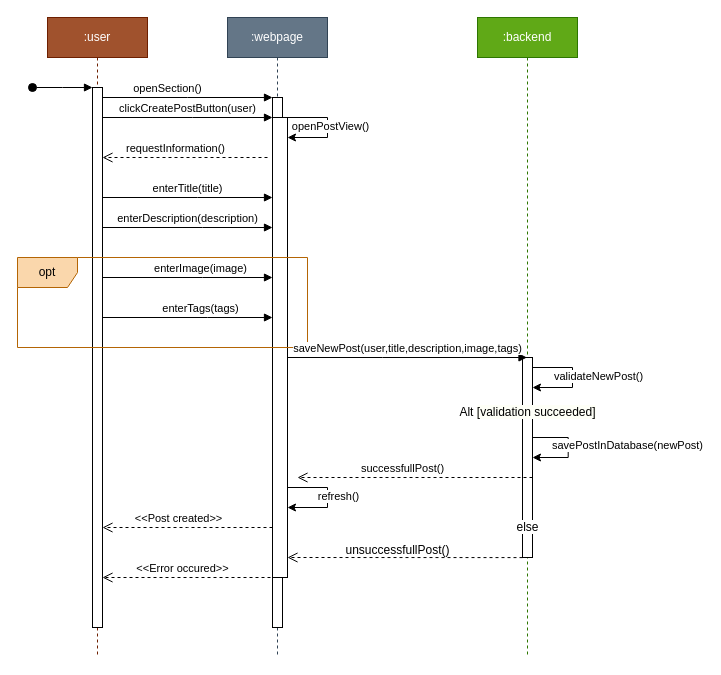
Above: docs/diagrams/sources/CreatePostSequenceDiagram.drawio in SE-TINF22B6/DHBWhub (draw.io), before the change. Source tidied: cells renumbered, new cells numbered last; positions are measured from the earlier drawing's top-left corner, leaving out a move shared by most shapes. Both pictures are drawn from the tidied source at 100%, with x=0, y=0 at pixel (17, 17).
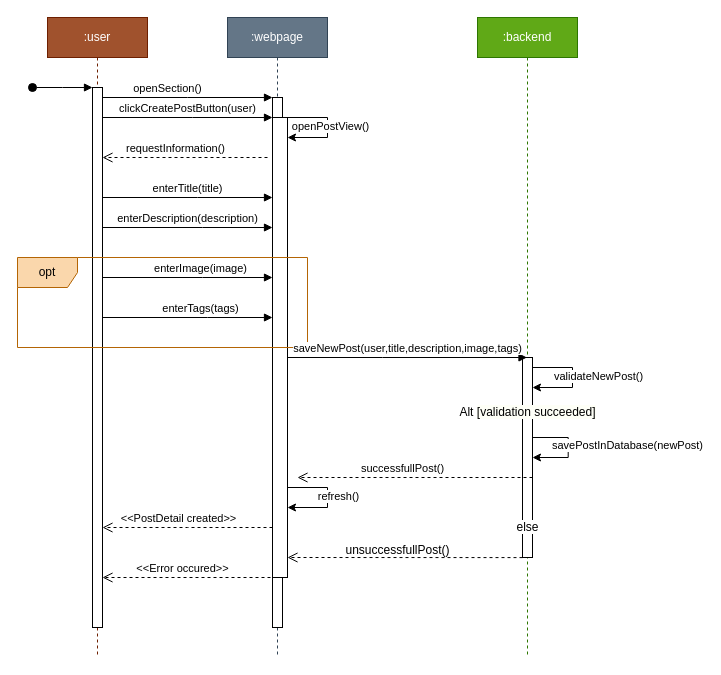
The same page after the edit.

Unchanged cells that the change refers to:
```xml
<mxCell id="3" style="html=1;points=[];perimeter=orthogonalPerimeter;outlineConnect=0;targetShapes=umlLifeline;portConstraint=eastwest;newEdgeStyle={&quot;edgeStyle&quot;:&quot;elbowEdgeStyle&quot;,&quot;elbow&quot;:&quot;vertical&quot;,&quot;curved&quot;:0,&quot;rounded&quot;:0};" parent="2" vertex="1">
  <mxGeometry x="45" y="70" width="10" height="540" as="geometry" />
</mxCell>
```

Change to the diagram source:
```diff
@@
-    <mxCell id="29" value="&amp;lt;&amp;lt;Post created&amp;gt;&amp;gt;" style="html=1;verticalAlign=bottom;endArrow=open;dashed=1;endSize=8;edgeStyle=elbowEdgeStyle;elbow=vertical;curved=0;rounded=0;" parent="1" edge="1" target="3">
+    <mxCell id="29" value="&amp;lt;&amp;lt;PostDetail created&amp;gt;&amp;gt;" style="html=1;verticalAlign=bottom;endArrow=open;dashed=1;endSize=8;edgeStyle=elbowEdgeStyle;elbow=vertical;curved=0;rounded=0;" parent="1" edge="1" target="3">
       <mxGeometry x="0.11" relative="1" as="geometry">
         <mxPoint x="255" y="510" as="sourcePoint" />
       </mxGeometry>
     </mxCell>
```
